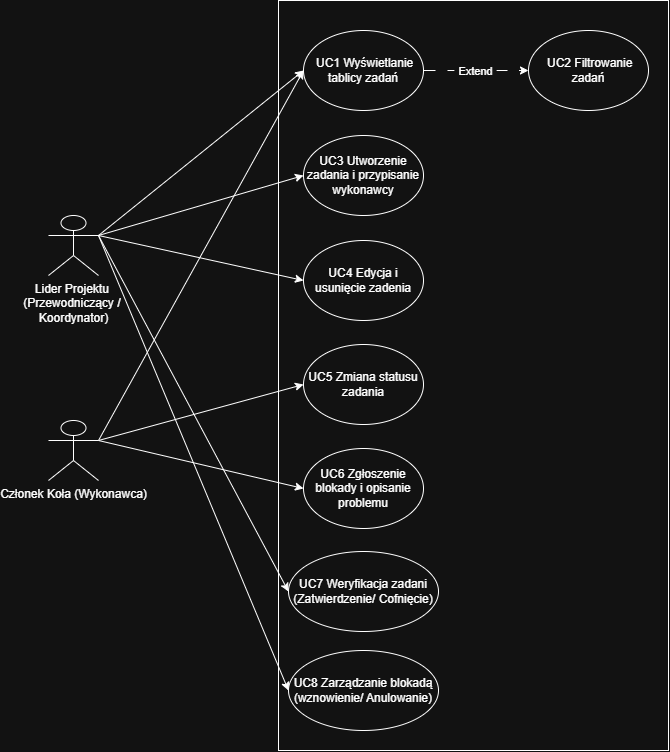
This is docs/diagram_przypadków_użycia.png from Kamillo295/Tablica_zadan, a draw.io export, as it was before one commit. Source tidied: cells renumbered, new cells last; positions are measured from the earlier drawing's top-left corner, leaving out a move shared by most shapes.
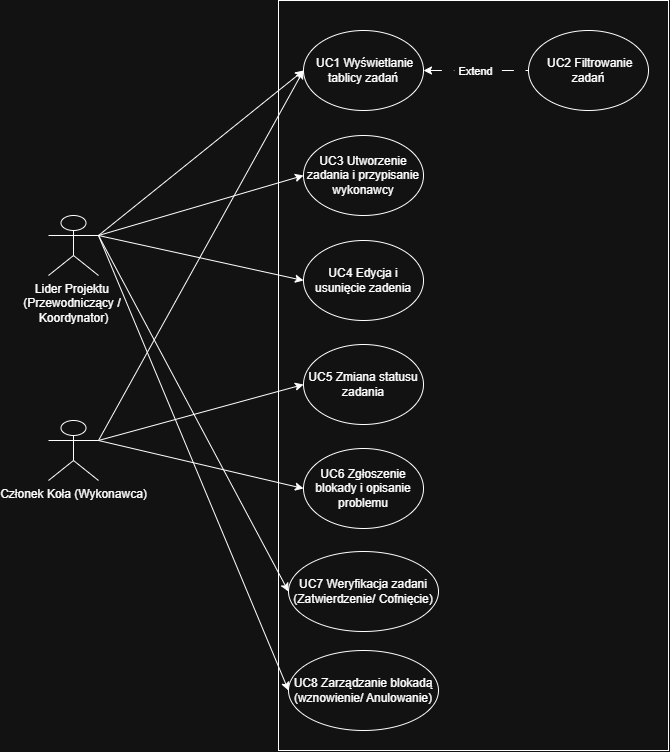
Later version of the same file.

What changed in the source:
```diff
@@ -29,7 +29,7 @@
     <mxCell id="10" value="&amp;nbsp;UC2 Filtrowanie zadań" style="ellipse;whiteSpace=wrap;html=1;" parent="1" vertex="1">
       <mxGeometry x="480" y="30" width="120" height="80" as="geometry" />
     </mxCell>
-    <mxCell id="11" style="endArrow=classic;html=1;rounded=0;defaultLabelBackgroundColor=page;labelPadding=0 4;exitX=1;exitY=0.5;exitDx=0;exitDy=0;entryX=0;entryY=0.5;entryDx=0;entryDy=0;dashPattern=12 12;dashed=1;" parent="1" edge="1" source="9" target="10">
+    <mxCell id="11" style="endArrow=none;html=1;rounded=0;defaultLabelBackgroundColor=page;labelPadding=0 4;exitX=1;exitY=0.5;exitDx=0;exitDy=0;entryX=0;entryY=0.5;entryDx=0;entryDy=0;dashPattern=12 12;dashed=1;endFill=0;startArrow=classic;startFill=1;" parent="1" edge="1" source="9" target="10">
       <mxGeometry relative="1" as="geometry" />
     </mxCell>
     <mxCell id="12" value="Extend" style="edgeLabel;html=1;align=center;verticalAlign=middle;inheritText=1;defaultLabelBackgroundColor=page;labelPadding=0 4;" parent="11" vertex="1">
```
